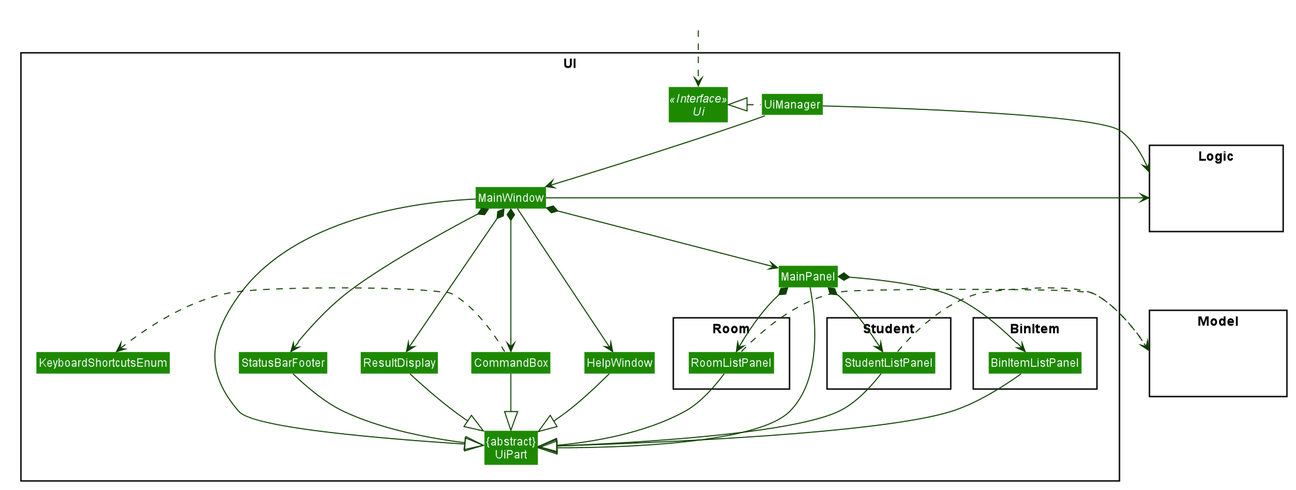
This is docs/images/UiClassDiagram.png from nus-cs2103-AY2021S1/tp, a PlantUML export, as it was before one commit.
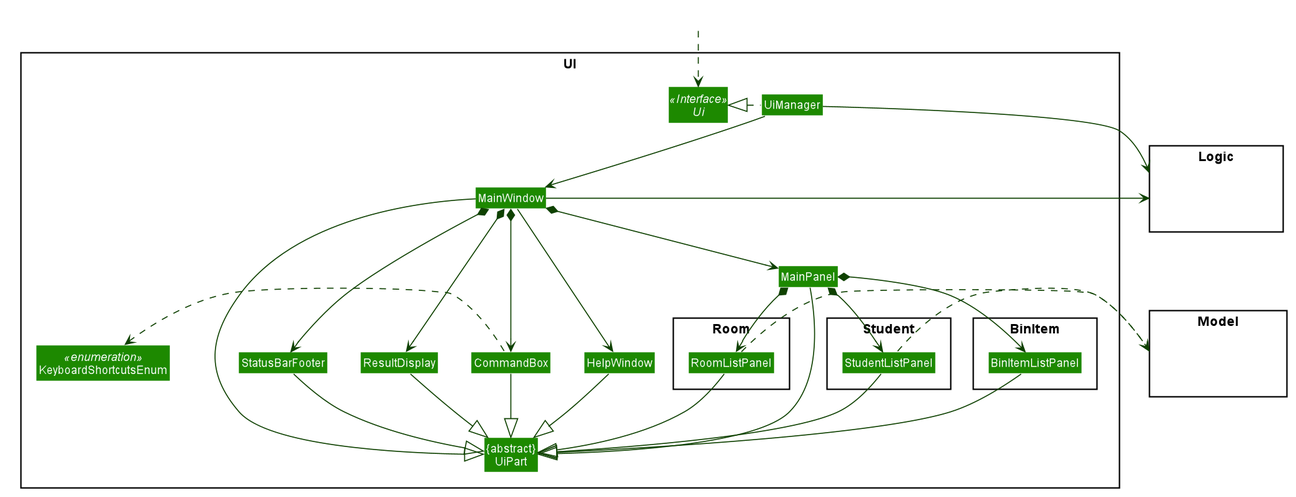
After the change.

What changed in the source:
```diff
@@ -85,6 +85,8 @@
 Class HiddenLogic #FFFFFF
 }
 
+Enum KeyboardShortcutsEnum <<enumeration>>
+
 Class HiddenOutside #FFFFFF
 HiddenOutside ..> Ui
 
```
